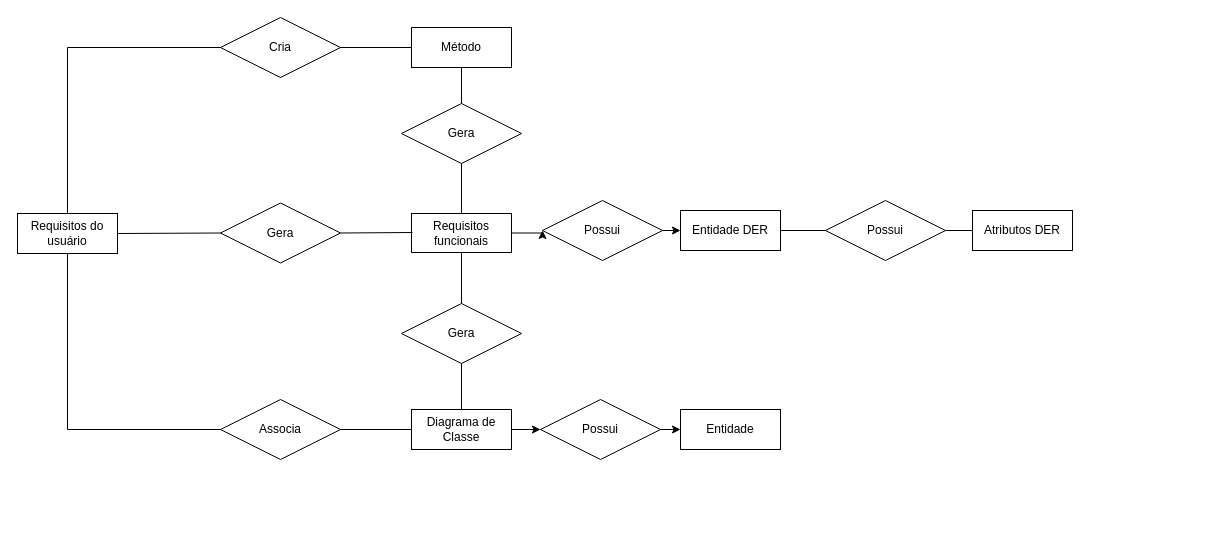
LeoDNascimento/Engenharia-de-software keeps this draw.io diagram as Diagrama sem nome.drawio. Above is the earlier version. Source tidied: cells renumbered, new cells numbered last; positions are measured from the earlier drawing's top-left corner, leaving out a move shared by most shapes. Both pictures are drawn from the tidied source at 100%, with x=0, y=0 at pixel (17, 17).
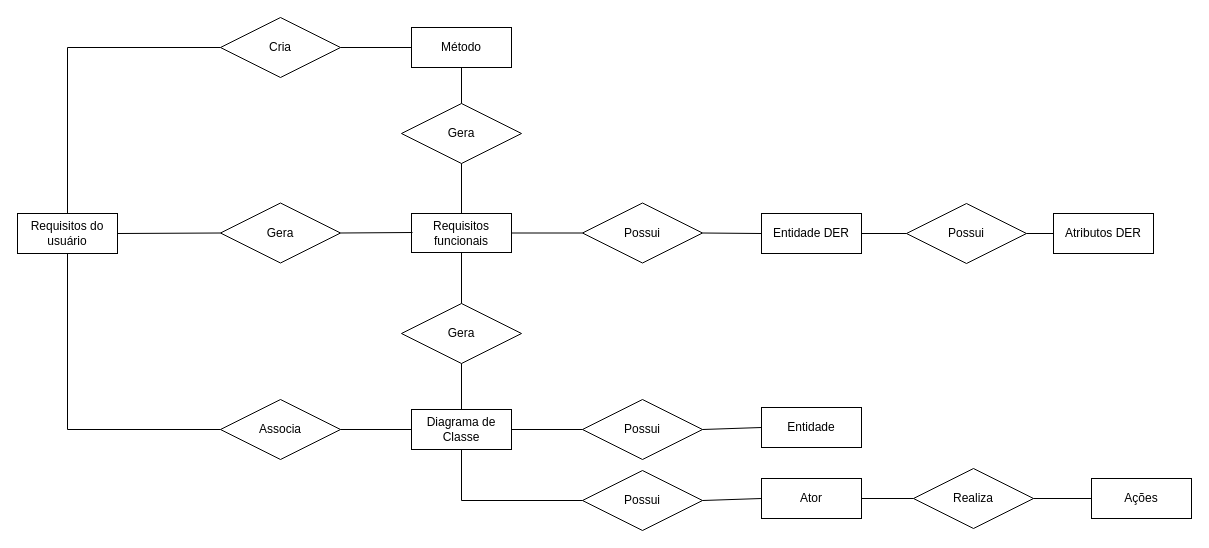
The same diagram, later.

The change refers to these unchanged cells:
```xml
<mxCell id="6" value="Requisitos funcionais" style="whiteSpace=wrap;html=1;align=center;" parent="1" vertex="1">
  <mxGeometry x="394" y="196" width="100" height="39" as="geometry" />
</mxCell>
<mxCell id="17" value="Diagrama de Classe" style="whiteSpace=wrap;html=1;align=center;" parent="1" vertex="1">
  <mxGeometry x="394" y="392" width="100" height="40" as="geometry" />
</mxCell>
```

The edit, as a diff of the source:
```diff
@@
     <mxCell id="2" value="Atributos DER" style="whiteSpace=wrap;html=1;align=center;" parent="1" vertex="1">
-      <mxGeometry x="955" y="193" width="100" height="40" as="geometry" />
+      <mxGeometry x="1036" y="196" width="100" height="40" as="geometry" />
     </mxCell>
     <mxCell id="3" value="Entidade DER" style="whiteSpace=wrap;html=1;align=center;" parent="1" vertex="1">
-      <mxGeometry x="663" y="193" width="100" height="40" as="geometry" />
+      <mxGeometry x="744" y="196" width="100" height="40" as="geometry" />
     </mxCell>
@@
-    <mxCell id="5" style="edgeStyle=orthogonalEdgeStyle;rounded=0;jettySize=auto;html=1;exitX=1;exitY=0.5;exitDx=0;exitDy=0;entryX=0;entryY=0.5;entryDx=0;entryDy=0;" parent="1" edge="1" source="6" target="19">
-      <mxGeometry relative="1" as="geometry" />
-    </mxCell>
@@
     <mxCell id="8" value="Entidade" style="whiteSpace=wrap;html=1;align=center;" parent="1" vertex="1">
-      <mxGeometry x="663" y="392" width="100" height="40" as="geometry" />
+      <mxGeometry x="744" y="390" width="100" height="40" as="geometry" />
     </mxCell>
@@
     <mxCell id="12" value="Possui" style="shape=rhombus;perimeter=rhombusPerimeter;whiteSpace=wrap;html=1;align=center;" parent="1" vertex="1">
-      <mxGeometry x="808" y="183" width="120" height="60" as="geometry" />
+      <mxGeometry x="889" y="186" width="120" height="60" as="geometry" />
     </mxCell>
@@
-    <mxCell id="16" style="edgeStyle=orthogonalEdgeStyle;rounded=0;jettySize=auto;html=1;exitX=1;exitY=0.5;exitDx=0;exitDy=0;entryX=0;entryY=0.5;entryDx=0;entryDy=0;" parent="1" edge="1" source="17" target="32">
-      <mxGeometry relative="1" as="geometry" />
-    </mxCell>
@@
-    <mxCell id="18" style="edgeStyle=orthogonalEdgeStyle;rounded=0;jettySize=auto;html=1;exitX=1;exitY=0.5;exitDx=0;exitDy=0;entryX=0;entryY=0.5;entryDx=0;entryDy=0;" parent="1" edge="1" source="19" target="3">
-      <mxGeometry relative="1" as="geometry" />
-    </mxCell>
     <mxCell id="19" value="Possui" style="shape=rhombus;perimeter=rhombusPerimeter;whiteSpace=wrap;html=1;align=center;" parent="1" vertex="1">
-      <mxGeometry x="525" y="183" width="120" height="60" as="geometry" />
+      <mxGeometry x="565" y="185.5" width="120" height="60" as="geometry" />
     </mxCell>
@@
+    <mxCell id="32" value="Possui" style="shape=rhombus;perimeter=rhombusPerimeter;whiteSpace=wrap;html=1;align=center;" parent="1" vertex="1">
+      <mxGeometry x="565" y="382" width="120" height="60" as="geometry" />
+    </mxCell>
+    <mxCell id="5" style="endArrow=none;html=1;rounded=0;entryX=0;entryY=0.5;entryDx=0;entryDy=0;exitX=1;exitY=0.5;exitDx=0;exitDy=0;" parent="1" edge="1" source="6" target="19">
+      <mxGeometry relative="1" as="geometry" />
+    </mxCell>
+    <mxCell id="16" style="endArrow=none;html=1;rounded=0;entryX=0;entryY=0.5;entryDx=0;entryDy=0;exitX=1;exitY=0.5;exitDx=0;exitDy=0;" parent="1" edge="1" source="17" target="32">
+      <mxGeometry relative="1" as="geometry" />
+    </mxCell>
+    <mxCell id="18" style="endArrow=none;html=1;rounded=0;entryX=0;entryY=0.5;entryDx=0;entryDy=0;exitX=1;exitY=0.5;exitDx=0;exitDy=0;" parent="1" edge="1" source="19" target="3">
+      <mxGeometry relative="1" as="geometry" />
+    </mxCell>
-    <mxCell id="31" style="edgeStyle=orthogonalEdgeStyle;rounded=0;jettySize=auto;html=1;exitX=1;exitY=0.5;exitDx=0;exitDy=0;entryX=0;entryY=0.5;entryDx=0;entryDy=0;" parent="1" edge="1" source="32" target="8">
+    <mxCell id="31" style="endArrow=none;html=1;rounded=0;entryX=0;entryY=0.5;entryDx=0;entryDy=0;exitX=1;exitY=0.5;exitDx=0;exitDy=0;" parent="1" edge="1" source="32" target="8">
       <mxGeometry relative="1" as="geometry" />
     </mxCell>
-    <mxCell id="32" value="Possui" style="shape=rhombus;perimeter=rhombusPerimeter;whiteSpace=wrap;html=1;align=center;" parent="1" vertex="1">
-      <mxGeometry x="523" y="382" width="120" height="60" as="geometry" />
-    </mxCell>
+    <mxCell id="33" value="Ator" style="whiteSpace=wrap;html=1;align=center;" parent="1" vertex="1">
+      <mxGeometry x="744" y="461" width="100" height="40" as="geometry" />
+    </mxCell>
+    <mxCell id="34" value="Possui" style="shape=rhombus;perimeter=rhombusPerimeter;whiteSpace=wrap;html=1;align=center;" parent="1" vertex="1">
+      <mxGeometry x="565" y="453" width="120" height="60" as="geometry" />
+    </mxCell>
+    <mxCell id="35" style="endArrow=none;html=1;rounded=0;entryX=0;entryY=0.5;entryDx=0;entryDy=0;exitX=1;exitY=0.5;exitDx=0;exitDy=0;" parent="1" edge="1" source="34" target="33">
+      <mxGeometry relative="1" as="geometry" />
+    </mxCell>
+    <mxCell id="36" value="Ações" style="whiteSpace=wrap;html=1;align=center;" parent="1" vertex="1">
+      <mxGeometry x="1074" y="461" width="100" height="40" as="geometry" />
+    </mxCell>
+    <mxCell id="37" value="Realiza" style="shape=rhombus;perimeter=rhombusPerimeter;whiteSpace=wrap;html=1;align=center;" parent="1" vertex="1">
+      <mxGeometry x="896" y="451" width="120" height="60" as="geometry" />
+    </mxCell>
+    <mxCell id="38" style="endArrow=none;html=1;rounded=0;entryX=0;entryY=0.5;entryDx=0;entryDy=0;exitX=1;exitY=0.5;exitDx=0;exitDy=0;edgeStyle=orthogonalEdgeStyle;" parent="1" edge="1" source="37" target="36">
+      <mxGeometry relative="1" as="geometry" />
+    </mxCell>
+    <mxCell id="39" style="endArrow=none;html=1;rounded=0;entryX=0;entryY=0.5;entryDx=0;entryDy=0;exitX=0.5;exitY=1;exitDx=0;exitDy=0;edgeStyle=orthogonalEdgeStyle;" parent="1" edge="1" source="17" target="34">
+      <mxGeometry relative="1" as="geometry" />
+    </mxCell>
+    <mxCell id="40" style="endArrow=none;html=1;rounded=0;entryX=0;entryY=0.5;entryDx=0;entryDy=0;exitX=1;exitY=0.5;exitDx=0;exitDy=0;" parent="1" edge="1" source="33" target="37">
+      <mxGeometry relative="1" as="geometry" />
+    </mxCell>
```
